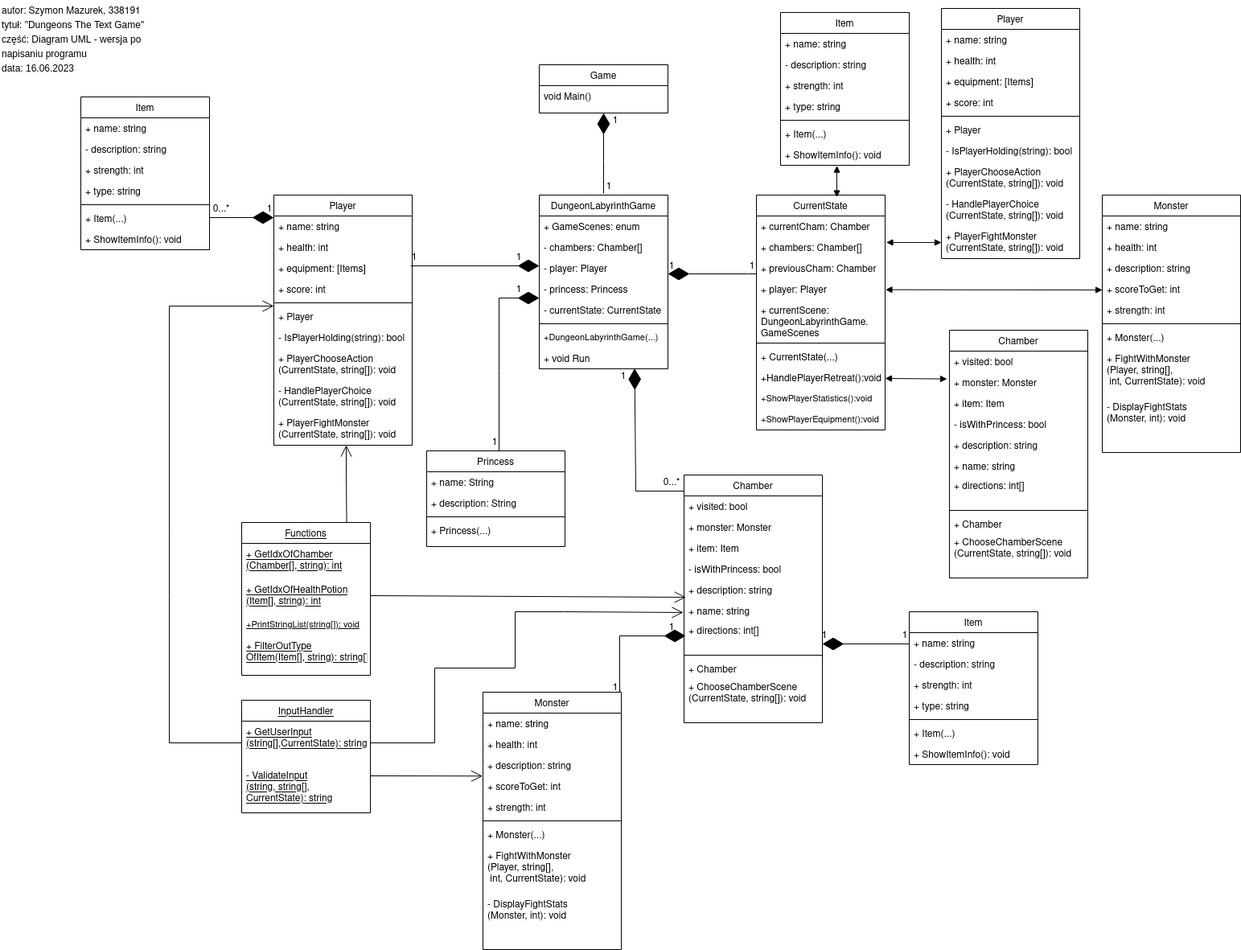
porfinogeneta/DungeonLabyrinth keeps this draw.io diagram as UMLPostCoding.drawio.png. Above is the earlier version. Source tidied: cells renumbered, new cells last; positions are measured from the earlier drawing's top-left corner, leaving out a move shared by most shapes.
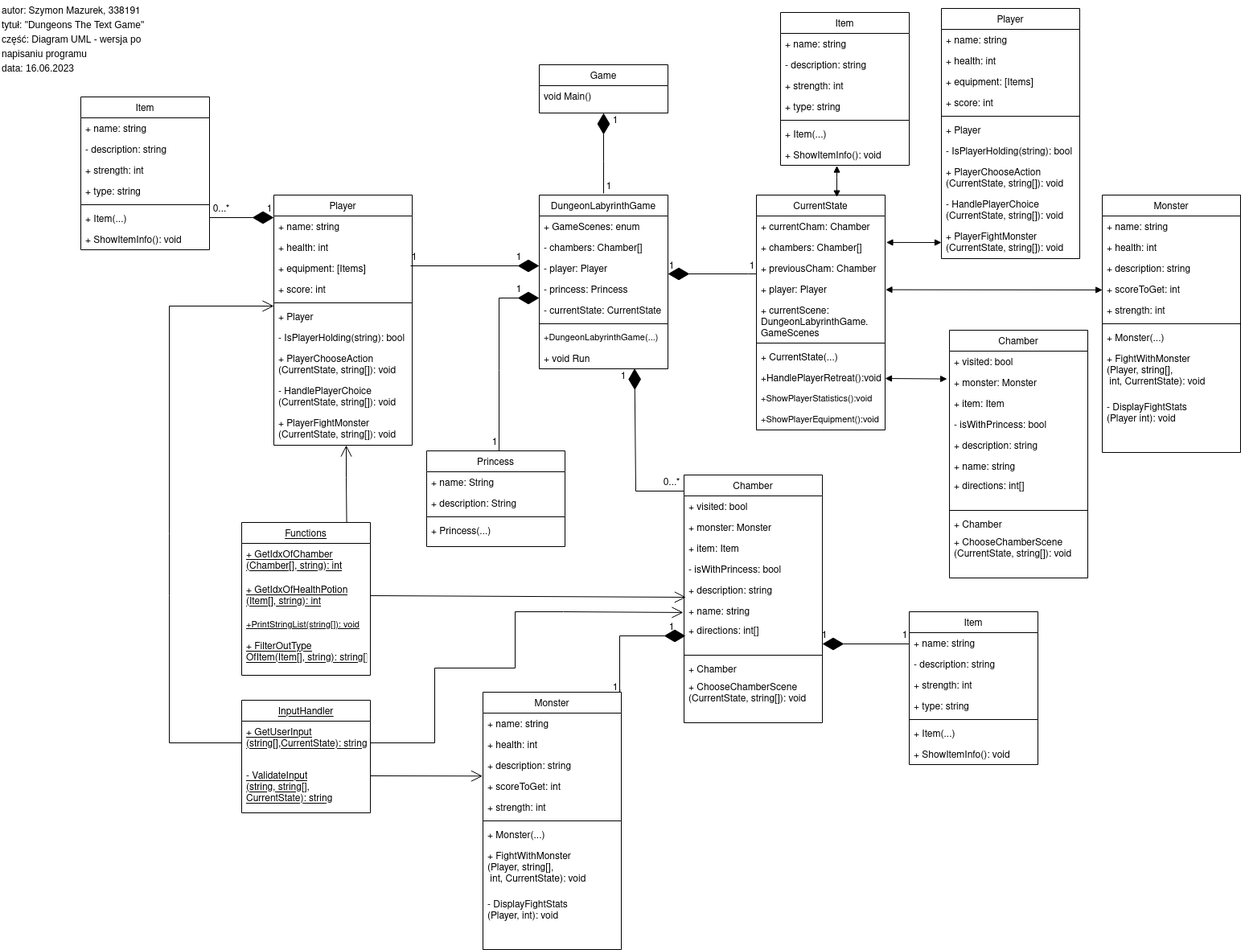
After the commit.

Change to the diagram source:
```diff
@@ -229,7 +229,7 @@
     <mxCell id="76" value="+ FightWithMonster&#10;(Player, string[],&#10; int, CurrentState): void" style="text;align=left;verticalAlign=top;spacingLeft=4;spacingRight=4;overflow=hidden;rounded=0;shadow=0;html=0;fontSize=12;" parent="67" vertex="1">
       <mxGeometry y="190" width="172" height="60" as="geometry" />
     </mxCell>
-    <mxCell id="77" value="- DisplayFightStats&#10;(Monster, int): void" style="text;align=left;verticalAlign=top;spacingLeft=4;spacingRight=4;overflow=hidden;rounded=0;shadow=0;html=0;fontSize=12;" parent="67" vertex="1">
+    <mxCell id="77" value="- DisplayFightStats&#10;(Player, int): void" style="text;align=left;verticalAlign=top;spacingLeft=4;spacingRight=4;overflow=hidden;rounded=0;shadow=0;html=0;fontSize=12;" parent="67" vertex="1">
       <mxGeometry y="250" width="172" height="60" as="geometry" />
     </mxCell>
     <mxCell id="78" style="endArrow=diamondThin;endFill=1;endSize=24;html=1;rounded=0;" parent="1" edge="1">
@@ -416,7 +416,7 @@
     <mxCell id="119" value="+ FightWithMonster&#10;(Player, string[],&#10; int, CurrentState): void" style="text;align=left;verticalAlign=top;spacingLeft=4;spacingRight=4;overflow=hidden;rounded=0;shadow=0;html=0;fontSize=12;" parent="111" vertex="1">
       <mxGeometry y="190" width="172" height="60" as="geometry" />
     </mxCell>
-    <mxCell id="120" value="- DisplayFightStats&#10;(Monster, int): void" style="text;align=left;verticalAlign=top;spacingLeft=4;spacingRight=4;overflow=hidden;rounded=0;shadow=0;html=0;fontSize=12;" parent="111" vertex="1">
+    <mxCell id="120" value="- DisplayFightStats&#10;(Player int): void" style="text;align=left;verticalAlign=top;spacingLeft=4;spacingRight=4;overflow=hidden;rounded=0;shadow=0;html=0;fontSize=12;" parent="111" vertex="1">
       <mxGeometry y="250" width="172" height="60" as="geometry" />
     </mxCell>
     <mxCell id="121" value="Item" style="swimlane;fontStyle=0;align=center;verticalAlign=top;horizontal=1;startSize=26;rounded=0;shadow=0;strokeWidth=1;" parent="1" vertex="1">
```
